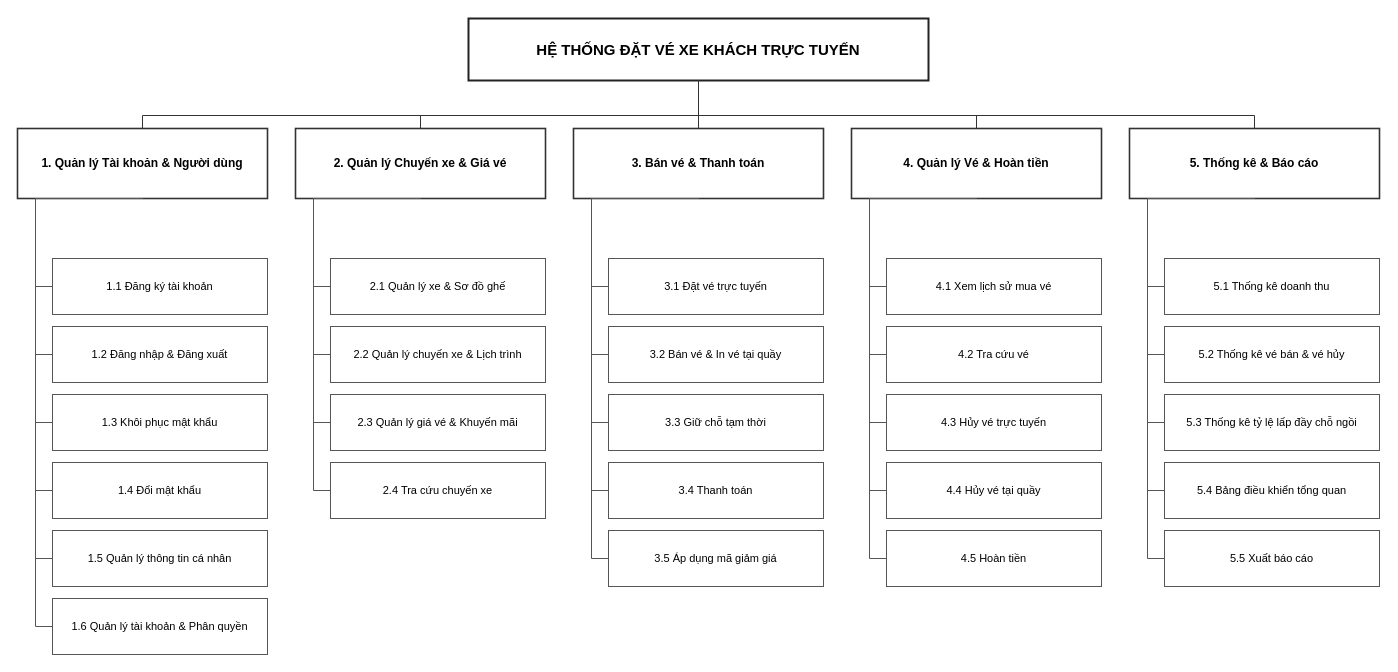
Before: docs/bfd/BFD.drawio in Longcodepro/Project_OOAD_HK1_2026-2027, a draw.io diagram. Source tidied: cells renumbered, new cells numbered last; positions are measured from the earlier drawing's top-left corner, leaving out a move shared by most shapes. Both pictures are drawn from the tidied source at 100%, with x=0, y=0 at pixel (17, 18).
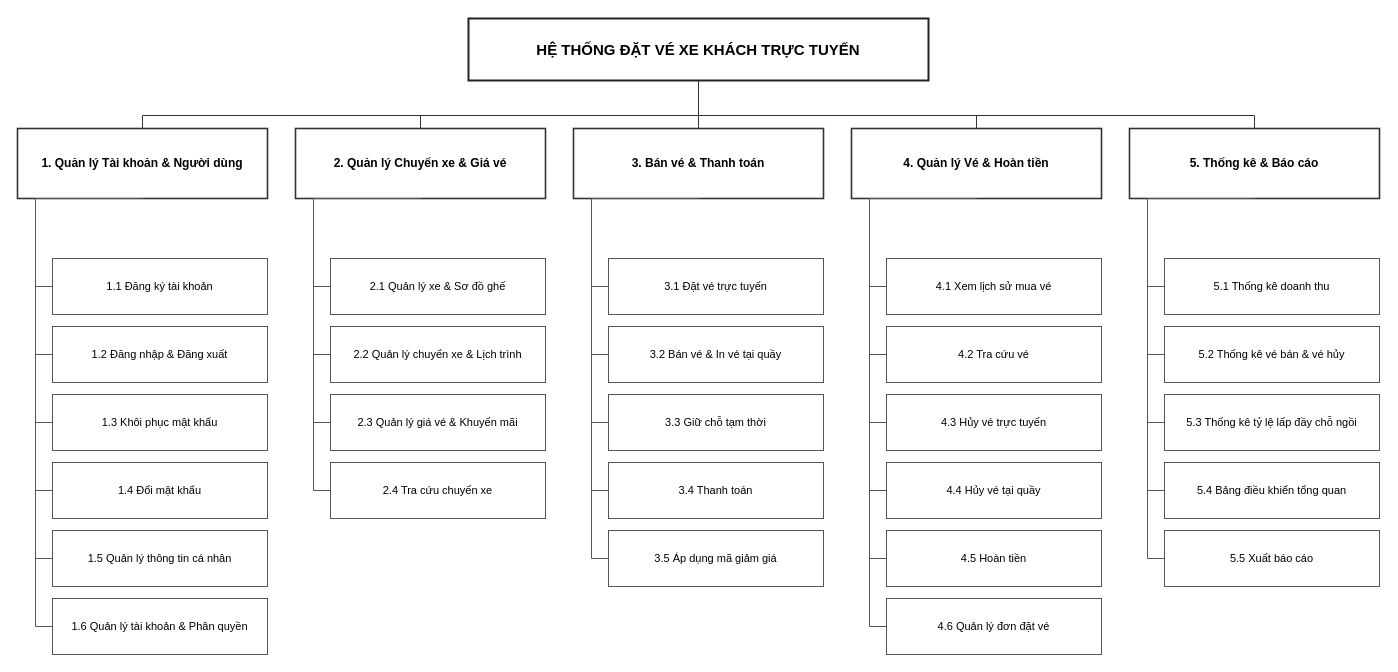
After the change.

Commit message (it also covers changes not shown here):
docs(bfd): cập nhật sơ đồ phân rã chức năng, thêm 4.6 Quản lý đơn đặt vé

The change refers to these unchanged cells:
```xml
<mxCell id="39" value="4. Quản lý Vé &amp; Hoàn tiền" style="rounded=0;whiteSpace=wrap;html=1;fontSize=12;fontStyle=1;fillColor=#FFFFFF;strokeColor=#333333;strokeWidth=1.6;fontColor=#000000;" parent="1" vertex="1">
  <mxGeometry x="834" y="110" width="250" height="70" as="geometry" />
</mxCell>
```

Change to the diagram source:
```diff
@@
+    <mxCell id="63" value="4.6 Quản lý đơn đặt vé" style="rounded=0;whiteSpace=wrap;html=1;fontSize=11;fillColor=#FFFFFF;strokeColor=#555555;fontColor=#000000;" parent="1" vertex="1">
+      <mxGeometry x="869" y="580" width="215" height="56" as="geometry" />
+    </mxCell>
+    <mxCell id="64" style="edgeStyle=orthogonalEdgeStyle;rounded=0;html=1;endArrow=none;strokeColor=#555555;exitX=0.5;exitY=1;exitDx=0;exitDy=0;entryX=0;entryY=0.5;entryDx=0;entryDy=0;" parent="1" edge="1" source="39" target="63">
+      <mxGeometry relative="1" as="geometry">
+        <Array as="points">
+          <mxPoint x="852" y="608" />
+        </Array>
+      </mxGeometry>
+    </mxCell>
```
